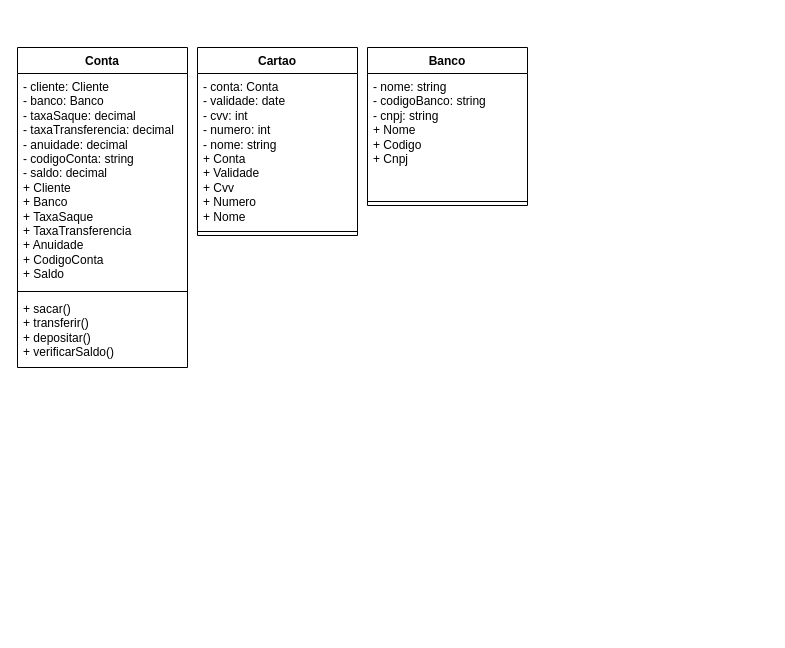
The draw.io diagram Classes Abstratas - POO.drawio in IamArthurGama/OOP-Abstract-Classes, before the edit. Source tidied: cells renumbered, new cells numbered last; positions are measured from the earlier drawing's top-left corner, leaving out a move shared by most shapes. Both pictures are drawn from the tidied source at 100%, with x=0, y=0 at pixel (17, 47).
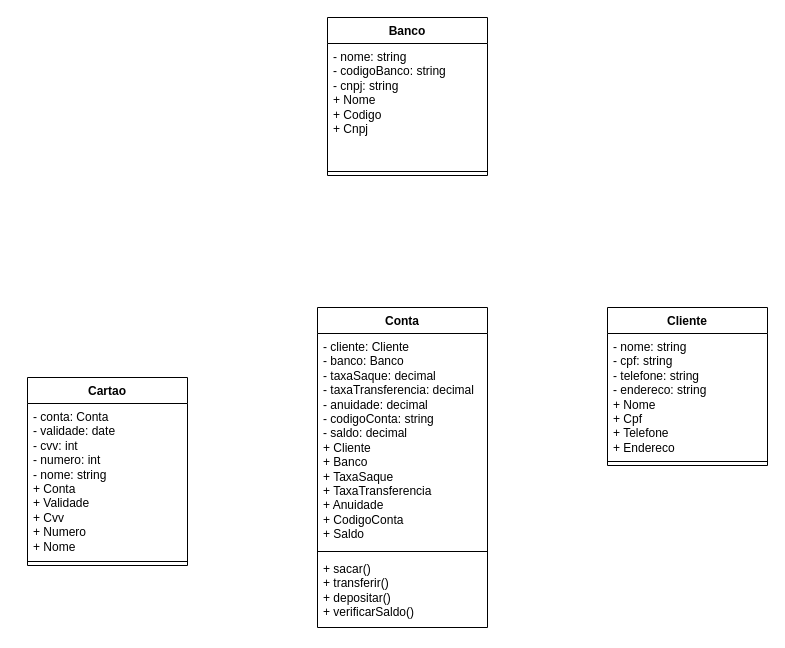
The same page after the edit.

Diff of the diagram source:
```diff
@@
 <mxGraphModel>
   <root>
     <mxCell id="0" />
     <mxCell id="1" parent="0" />
     <mxCell id="2" value="Conta" style="swimlane;fontStyle=1;align=center;verticalAlign=top;horizontal=1;startSize=26;whiteSpace=wrap;html=1;" parent="1" vertex="1">
-      <mxGeometry width="170" height="320" as="geometry" />
+      <mxGeometry x="300" y="260" width="170" height="320" as="geometry" />
     </mxCell>
     <mxCell id="3" value="- cliente: Cliente&lt;div&gt;- banco: Banco&lt;/div&gt;&lt;div&gt;- taxaSaque: decimal&lt;/div&gt;&lt;div&gt;- taxaTransferencia: decimal&lt;/div&gt;&lt;div&gt;- anuidade: decimal&lt;/div&gt;&lt;div&gt;- codigoConta: string&lt;/div&gt;&lt;div&gt;- saldo: decimal&lt;/div&gt;&lt;div&gt;+ Cliente&lt;/div&gt;&lt;div&gt;+ Banco&lt;/div&gt;&lt;div&gt;+ TaxaSaque&lt;/div&gt;&lt;div&gt;+ TaxaTransferencia&lt;/div&gt;&lt;div&gt;+ Anuidade&lt;/div&gt;&lt;div&gt;+ CodigoConta&lt;/div&gt;&lt;div&gt;+ Saldo&lt;/div&gt;" style="text;strokeColor=none;fillColor=none;align=left;verticalAlign=top;spacingLeft=4;spacingRight=4;overflow=hidden;whiteSpace=wrap;html=1;" parent="2" vertex="1">
       <mxGeometry y="26" width="170" height="214" as="geometry" />
     </mxCell>
     <mxCell id="4" style="line;strokeWidth=1;fillColor=none;align=left;verticalAlign=middle;spacingTop=-1;spacingLeft=3;spacingRight=3;labelPosition=right;strokeColor=inherit;" parent="2" vertex="1">
       <mxGeometry y="240" width="170" height="8" as="geometry" />
     </mxCell>
     <mxCell id="5" value="+ sacar()&lt;div&gt;+ transferir()&lt;/div&gt;&lt;div&gt;+ depositar()&lt;/div&gt;&lt;div&gt;+ verificarSaldo()&lt;/div&gt;" style="text;strokeColor=none;fillColor=none;align=left;verticalAlign=top;spacingLeft=4;spacingRight=4;overflow=hidden;whiteSpace=wrap;html=1;" parent="2" vertex="1">
       <mxGeometry y="248" width="170" height="72" as="geometry" />
     </mxCell>
     <mxCell id="6" value="Cartao" style="swimlane;fontStyle=1;align=center;verticalAlign=top;horizontal=1;startSize=26;whiteSpace=wrap;html=1;" parent="1" vertex="1">
-      <mxGeometry x="180" width="160" height="188" as="geometry" />
+      <mxGeometry x="10" y="330" width="160" height="188" as="geometry" />
     </mxCell>
     <mxCell id="7" value="- conta: Conta&lt;div&gt;&lt;div&gt;- validade: date&lt;/div&gt;&lt;div&gt;- cvv: int&lt;/div&gt;&lt;div&gt;- numero: int&lt;/div&gt;&lt;div&gt;- nome: string&lt;/div&gt;&lt;div&gt;+ Conta&lt;/div&gt;&lt;div&gt;+ Validade&lt;/div&gt;&lt;div&gt;+ Cvv&lt;/div&gt;&lt;div&gt;+ Numero&lt;/div&gt;&lt;div&gt;+ Nome&lt;/div&gt;&lt;div&gt;&lt;br&gt;&lt;/div&gt;&lt;/div&gt;" style="text;strokeColor=none;fillColor=none;align=left;verticalAlign=top;spacingLeft=4;spacingRight=4;overflow=hidden;whiteSpace=wrap;html=1;" parent="6" vertex="1">
       <mxGeometry y="26" width="160" height="154" as="geometry" />
     </mxCell>
     <mxCell id="8" style="line;strokeWidth=1;fillColor=none;align=left;verticalAlign=middle;spacingTop=-1;spacingLeft=3;spacingRight=3;labelPosition=right;strokeColor=inherit;" parent="6" vertex="1">
       <mxGeometry y="180" width="160" height="8" as="geometry" />
     </mxCell>
     <mxCell id="9" value="Banco" style="swimlane;fontStyle=1;align=center;verticalAlign=top;horizontal=1;startSize=26;whiteSpace=wrap;html=1;" parent="1" vertex="1">
-      <mxGeometry x="350" width="160" height="158" as="geometry" />
+      <mxGeometry x="310" y="-30" width="160" height="158" as="geometry" />
     </mxCell>
     <mxCell id="10" value="- nome: string&lt;div&gt;- codigoBanco: string&lt;/div&gt;&lt;div&gt;- cnpj: string&lt;/div&gt;&lt;div&gt;+ Nome&lt;/div&gt;&lt;div&gt;+ Codigo&lt;/div&gt;&lt;div&gt;+ Cnpj&lt;/div&gt;&lt;div&gt;&lt;br&gt;&lt;/div&gt;" style="text;strokeColor=none;fillColor=none;align=left;verticalAlign=top;spacingLeft=4;spacingRight=4;overflow=hidden;whiteSpace=wrap;html=1;" parent="9" vertex="1">
       <mxGeometry y="26" width="160" height="124" as="geometry" />
     </mxCell>
     <mxCell id="11" style="line;strokeWidth=1;fillColor=none;align=left;verticalAlign=middle;spacingTop=-1;spacingLeft=3;spacingRight=3;labelPosition=right;strokeColor=inherit;" parent="9" vertex="1">
       <mxGeometry y="150" width="160" height="8" as="geometry" />
     </mxCell>
+    <mxCell id="12" value="Cliente" style="swimlane;fontStyle=1;align=center;verticalAlign=top;horizontal=1;startSize=26;whiteSpace=wrap;html=1;" parent="1" vertex="1">
+      <mxGeometry x="590" y="260" width="160" height="158" as="geometry" />
+    </mxCell>
+    <mxCell id="13" value="- nome: string&lt;div&gt;- cpf: string&lt;/div&gt;&lt;div&gt;- telefone: string&lt;/div&gt;&lt;div&gt;- endereco: string&lt;/div&gt;&lt;div&gt;+ Nome&lt;/div&gt;&lt;div&gt;+ Cpf&lt;/div&gt;&lt;div&gt;+ Telefone&lt;/div&gt;&lt;div&gt;+ Endereco&lt;/div&gt;" style="text;strokeColor=none;fillColor=none;align=left;verticalAlign=top;spacingLeft=4;spacingRight=4;overflow=hidden;whiteSpace=wrap;html=1;" parent="12" vertex="1">
+      <mxGeometry y="26" width="160" height="124" as="geometry" />
+    </mxCell>
+    <mxCell id="14" style="line;strokeWidth=1;fillColor=none;align=left;verticalAlign=middle;spacingTop=-1;spacingLeft=3;spacingRight=3;labelPosition=right;strokeColor=inherit;" parent="12" vertex="1">
+      <mxGeometry y="150" width="160" height="8" as="geometry" />
+    </mxCell>
   </root>
 </mxGraphModel>
```
